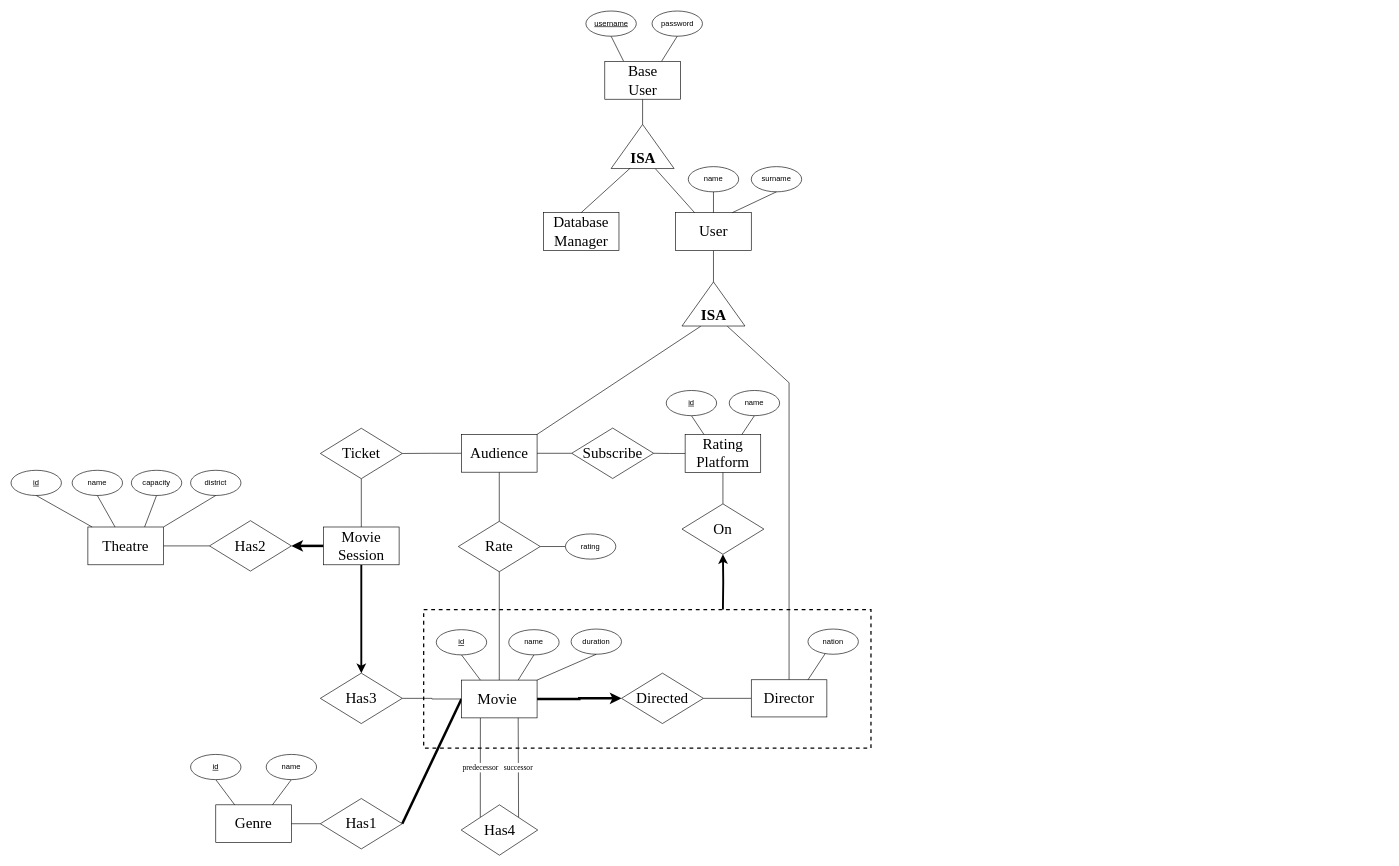
bahadirgezer/cmpe321 keeps this draw.io diagram as er.drawio. Above is the earlier version. Source tidied: cells renumbered, new cells numbered last; positions are measured from the earlier drawing's top-left corner, leaving out a move shared by most shapes. Both pictures are drawn from the tidied source at 63%, with x=0, y=0 at pixel (11, 11).
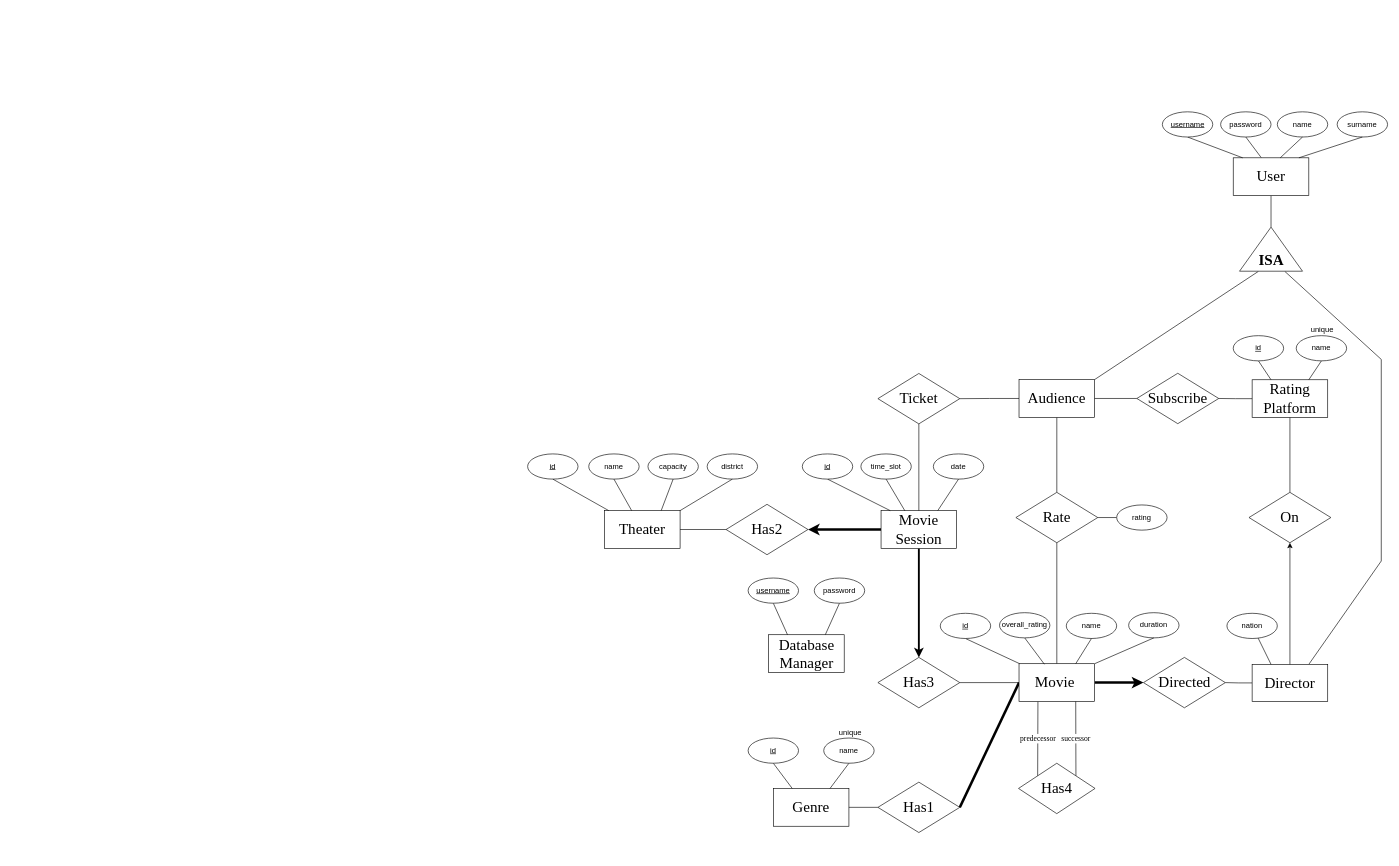
The same page after the edit.

What changed in the source:
```diff
@@
-    <mxCell id="2" style="rounded=0;whiteSpace=wrap;html=1;fillColor=none;dashed=1;strokeWidth=2;" parent="1" vertex="1">
-      <mxGeometry x="655" y="950" width="710" height="220" as="geometry" />
-    </mxCell>
@@
     <mxCell id="4" value="&lt;font style=&quot;font-size: 24px;&quot;&gt;User&lt;/font&gt;" style="rounded=0;whiteSpace=wrap;html=1;fontFamily=Times New Roman;" parent="1" vertex="1">
-      <mxGeometry x="1055" y="320" width="120" height="60" as="geometry" />
+      <mxGeometry x="1940" y="233" width="120" height="60" as="geometry" />
     </mxCell>
-    <mxCell id="5" style="rounded=0;jettySize=auto;html=1;entryX=0.5;entryY=0;entryDx=0;entryDy=0;endArrow=none;endFill=0;exitX=0.719;exitY=1.004;exitDx=0;exitDy=0;exitPerimeter=0;" parent="1" edge="1" source="7" target="12">
+    <mxCell id="5" style="rounded=0;jettySize=auto;html=1;entryX=0.75;entryY=0;entryDx=0;entryDy=0;endArrow=none;endFill=0;exitX=0.719;exitY=1.004;exitDx=0;exitDy=0;exitPerimeter=0;" parent="1" edge="1" source="7" target="12">
       <mxGeometry relative="1" as="geometry">
         <Array as="points">
-          <mxPoint x="1235" y="590" />
+          <mxPoint x="2175" y="553" />
+          <mxPoint x="2175" y="873" />
         </Array>
       </mxGeometry>
     </mxCell>
@@
     <mxCell id="7" value="&lt;font face=&quot;Times New Roman&quot; style=&quot;font-size: 24px;&quot;&gt;&lt;b&gt;ISA&lt;/b&gt;&lt;/font&gt;" style="verticalLabelPosition=middle;verticalAlign=bottom;html=1;shape=mxgraph.basic.acute_triangle;dx=0.5;align=center;horizontal=1;labelPosition=center;" parent="1" vertex="1">
-      <mxGeometry x="1065" y="430" width="100" height="70" as="geometry" />
+      <mxGeometry x="1950" y="343" width="100" height="70" as="geometry" />
     </mxCell>
@@
     <mxCell id="10" value="&lt;font style=&quot;font-size: 24px;&quot;&gt;Audience&lt;/font&gt;" style="rounded=0;whiteSpace=wrap;html=1;fontFamily=Times New Roman;" parent="1" vertex="1">
-      <mxGeometry x="715" y="672" width="120" height="60" as="geometry" />
+      <mxGeometry x="1600" y="585" width="120" height="60" as="geometry" />
     </mxCell>
@@
     <mxCell id="12" value="&lt;font style=&quot;font-size: 24px;&quot;&gt;Director&lt;/font&gt;" style="rounded=0;whiteSpace=wrap;html=1;fontFamily=Times New Roman;" parent="1" vertex="1">
-      <mxGeometry x="1175" y="1061.5" width="120" height="59" as="geometry" />
+      <mxGeometry x="1970" y="1037" width="120" height="59" as="geometry" />
     </mxCell>
-    <mxCell id="13" style="rounded=0;jettySize=auto;html=1;exitX=0.5;exitY=1;exitDx=0;exitDy=0;entryX=0.25;entryY=0;entryDx=0;entryDy=0;endArrow=none;endFill=0;" parent="1" edge="1" source="14" target="72">
-      <mxGeometry relative="1" as="geometry" />
-    </mxCell>
-    <mxCell id="14" value="&lt;u&gt;username&lt;/u&gt;" style="ellipse;whiteSpace=wrap;html=1;" parent="1" vertex="1">
-      <mxGeometry x="912.5" width="80" height="40" as="geometry" />
-    </mxCell>
-    <mxCell id="15" value="password" style="ellipse;whiteSpace=wrap;html=1;" parent="1" vertex="1">
-      <mxGeometry x="1017.5" width="80" height="40" as="geometry" />
-    </mxCell>
     <mxCell id="16" value="name" style="ellipse;whiteSpace=wrap;html=1;" parent="1" vertex="1">
-      <mxGeometry x="1075" y="247" width="80" height="40" as="geometry" />
+      <mxGeometry x="2010" y="160" width="80" height="40" as="geometry" />
     </mxCell>
     <mxCell id="17" value="surname" style="ellipse;whiteSpace=wrap;html=1;" parent="1" vertex="1">
-      <mxGeometry x="1175" y="247" width="80" height="40" as="geometry" />
+      <mxGeometry x="2105" y="160" width="80" height="40" as="geometry" />
     </mxCell>
-    <mxCell id="18" style="rounded=0;jettySize=auto;html=1;exitX=0.5;exitY=1;exitDx=0;exitDy=0;endArrow=none;endFill=0;entryX=0.75;entryY=0;entryDx=0;entryDy=0;" parent="1" edge="1" source="15" target="72">
-      <mxGeometry relative="1" as="geometry" />
-    </mxCell>
-    <mxCell id="19" style="rounded=0;jettySize=auto;html=1;exitX=0.5;exitY=1;exitDx=0;exitDy=0;endArrow=none;endFill=0;" parent="1" edge="1" source="16" target="4">
+    <mxCell id="19" style="rounded=0;jettySize=auto;html=1;exitX=0.5;exitY=1;exitDx=0;exitDy=0;endArrow=none;endFill=0;entryX=0.622;entryY=0;entryDx=0;entryDy=0;entryPerimeter=0;" parent="1" edge="1" source="16" target="4">
       <mxGeometry relative="1" as="geometry" />
     </mxCell>
-    <mxCell id="20" style="rounded=0;jettySize=auto;html=1;exitX=0.5;exitY=1;exitDx=0;exitDy=0;endArrow=none;endFill=0;entryX=0.75;entryY=0;entryDx=0;entryDy=0;" parent="1" edge="1" source="17" target="4">
+    <mxCell id="20" style="rounded=0;jettySize=auto;html=1;exitX=0.5;exitY=1;exitDx=0;exitDy=0;endArrow=none;endFill=0;entryX=0.869;entryY=0;entryDx=0;entryDy=0;entryPerimeter=0;" parent="1" edge="1" source="17" target="4">
       <mxGeometry relative="1" as="geometry" />
     </mxCell>
-    <mxCell id="21" style="rounded=0;jettySize=auto;html=1;entryX=0.75;entryY=0;entryDx=0;entryDy=0;endArrow=none;endFill=0;" parent="1" edge="1" source="22" target="12">
+    <mxCell id="21" style="rounded=0;jettySize=auto;html=1;endArrow=none;endFill=0;entryX=0.25;entryY=0;entryDx=0;entryDy=0;" parent="1" edge="1" source="22" target="12">
       <mxGeometry relative="1" as="geometry" />
     </mxCell>
     <mxCell id="22" value="nation" style="ellipse;whiteSpace=wrap;html=1;" parent="1" vertex="1">
-      <mxGeometry x="1265" y="981" width="80" height="40" as="geometry" />
+      <mxGeometry x="1930" y="956" width="80" height="40" as="geometry" />
     </mxCell>
     <mxCell id="23" value="&lt;font style=&quot;font-size: 24px;&quot; face=&quot;Times New Roman&quot;&gt;Rate&lt;/font&gt;" style="rhombus;whiteSpace=wrap;html=1;" parent="1" vertex="1">
-      <mxGeometry x="710" y="810" width="130" height="80" as="geometry" />
+      <mxGeometry x="1595" y="764" width="130" height="80" as="geometry" />
     </mxCell>
     <mxCell id="24" value="&lt;font style=&quot;font-size: 24px;&quot;&gt;Rating Platform&lt;/font&gt;" style="rounded=0;whiteSpace=wrap;html=1;fontFamily=Times New Roman;" parent="1" vertex="1">
-      <mxGeometry x="1070" y="672.3" width="120" height="60" as="geometry" />
+      <mxGeometry x="1970" y="585.3" width="120" height="60" as="geometry" />
     </mxCell>
@@
     <mxCell id="26" value="&lt;font style=&quot;font-size: 24px;&quot; face=&quot;Times New Roman&quot;&gt;Subscribe&lt;/font&gt;" style="rhombus;whiteSpace=wrap;html=1;" parent="1" vertex="1">
-      <mxGeometry x="890" y="662" width="130" height="80" as="geometry" />
+      <mxGeometry x="1787" y="575" width="130" height="80" as="geometry" />
     </mxCell>
@@
     <mxCell id="29" value="&lt;u&gt;id&lt;/u&gt;" style="ellipse;whiteSpace=wrap;html=1;" parent="1" vertex="1">
-      <mxGeometry x="1040" y="602.3" width="80" height="40" as="geometry" />
+      <mxGeometry x="1940" y="515.3" width="80" height="40" as="geometry" />
     </mxCell>
     <mxCell id="30" value="name" style="ellipse;whiteSpace=wrap;html=1;" parent="1" vertex="1">
-      <mxGeometry x="1140" y="602.3" width="80" height="40" as="geometry" />
+      <mxGeometry x="2040" y="515.3" width="80" height="40" as="geometry" />
     </mxCell>
@@
     <mxCell id="32" value="&lt;font style=&quot;font-size: 24px;&quot;&gt;Genre&lt;/font&gt;" style="rounded=0;whiteSpace=wrap;html=1;fontFamily=Times New Roman;" parent="1" vertex="1">
-      <mxGeometry x="325" y="1260" width="120" height="60" as="geometry" />
+      <mxGeometry x="1210" y="1234" width="120" height="60" as="geometry" />
     </mxCell>
@@
     <mxCell id="34" value="&lt;u&gt;id&lt;/u&gt;" style="ellipse;whiteSpace=wrap;html=1;" parent="1" vertex="1">
-      <mxGeometry x="285" y="1180" width="80" height="40" as="geometry" />
+      <mxGeometry x="1170" y="1154" width="80" height="40" as="geometry" />
     </mxCell>
@@
     <mxCell id="36" value="name" style="ellipse;whiteSpace=wrap;html=1;" parent="1" vertex="1">
-      <mxGeometry x="405" y="1180" width="80" height="40" as="geometry" />
+      <mxGeometry x="1290" y="1154" width="80" height="40" as="geometry" />
     </mxCell>
@@
     <mxCell id="39" value="&lt;font style=&quot;font-size: 24px;&quot; face=&quot;Times New Roman&quot;&gt;Has1&lt;/font&gt;" style="rhombus;whiteSpace=wrap;html=1;" parent="1" vertex="1">
-      <mxGeometry x="491" y="1250" width="130" height="80" as="geometry" />
+      <mxGeometry x="1376" y="1224" width="130" height="80" as="geometry" />
     </mxCell>
@@
     <mxCell id="44" value="&lt;font style=&quot;font-size: 24px;&quot;&gt;Movie&amp;nbsp;&lt;/font&gt;" style="rounded=0;whiteSpace=wrap;html=1;fontFamily=Times New Roman;" parent="1" vertex="1">
-      <mxGeometry x="715" y="1062" width="120" height="60" as="geometry" />
+      <mxGeometry x="1600" y="1036" width="120" height="60" as="geometry" />
     </mxCell>
-    <mxCell id="45" style="rounded=0;jettySize=auto;html=1;exitX=0.5;exitY=1;exitDx=0;exitDy=0;entryX=0.25;entryY=0;entryDx=0;entryDy=0;endArrow=none;endFill=0;" parent="1" edge="1" source="46" target="44">
-      <mxGeometry relative="1" as="geometry" />
+    <mxCell id="45" style="rounded=0;jettySize=auto;html=1;exitX=0.5;exitY=1;exitDx=0;exitDy=0;entryX=0;entryY=0;entryDx=0;entryDy=0;endArrow=none;endFill=0;" parent="1" edge="1" source="46">
+      <mxGeometry relative="1" as="geometry">
+        <mxPoint x="1601" y="1036" as="targetPoint" />
+      </mxGeometry>
     </mxCell>
     <mxCell id="46" value="&lt;u&gt;id&lt;/u&gt;" style="ellipse;whiteSpace=wrap;html=1;" parent="1" vertex="1">
-      <mxGeometry x="675" y="982" width="80" height="40" as="geometry" />
+      <mxGeometry x="1475" y="956" width="80" height="40" as="geometry" />
     </mxCell>
     <mxCell id="47" value="name" style="ellipse;whiteSpace=wrap;html=1;" parent="1" vertex="1">
-      <mxGeometry x="790" y="982" width="80" height="40" as="geometry" />
+      <mxGeometry x="1675" y="956" width="80" height="40" as="geometry" />
     </mxCell>
@@
-    <mxCell id="50" value="&lt;font style=&quot;font-size: 24px;&quot;&gt;Theatre&lt;/font&gt;" style="rounded=0;whiteSpace=wrap;html=1;fontFamily=Times New Roman;" parent="1" vertex="1">
-      <mxGeometry x="122" y="819" width="120" height="60" as="geometry" />
+    <mxCell id="50" value="&lt;font style=&quot;font-size: 24px;&quot;&gt;Theater&lt;br&gt;&lt;/font&gt;" style="rounded=0;whiteSpace=wrap;html=1;fontFamily=Times New Roman;" parent="1" vertex="1">
+      <mxGeometry x="942" y="793" width="120" height="60" as="geometry" />
     </mxCell>
@@
     <mxCell id="52" value="&lt;font style=&quot;font-size: 24px;&quot; face=&quot;Times New Roman&quot;&gt;Has2&lt;/font&gt;" style="rhombus;whiteSpace=wrap;html=1;" parent="1" vertex="1">
-      <mxGeometry x="315" y="809" width="130" height="80" as="geometry" />
+      <mxGeometry x="1135" y="783" width="130" height="80" as="geometry" />
     </mxCell>
     <mxCell id="53" value="&lt;u&gt;id&lt;/u&gt;" style="ellipse;whiteSpace=wrap;html=1;" parent="1" vertex="1">
-      <mxGeometry y="729" width="80" height="40" as="geometry" />
+      <mxGeometry x="820" y="703" width="80" height="40" as="geometry" />
     </mxCell>
     <mxCell id="54" value="name" style="ellipse;whiteSpace=wrap;html=1;" parent="1" vertex="1">
-      <mxGeometry x="97" y="729" width="80" height="40" as="geometry" />
+      <mxGeometry x="917" y="703" width="80" height="40" as="geometry" />
     </mxCell>
     <mxCell id="55" value="capacity" style="ellipse;whiteSpace=wrap;html=1;" parent="1" vertex="1">
-      <mxGeometry x="191" y="729" width="80" height="40" as="geometry" />
+      <mxGeometry x="1011" y="703" width="80" height="40" as="geometry" />
     </mxCell>
@@
     <mxCell id="59" value="district" style="ellipse;whiteSpace=wrap;html=1;" parent="1" vertex="1">
-      <mxGeometry x="285" y="729" width="80" height="40" as="geometry" />
+      <mxGeometry x="1105" y="703" width="80" height="40" as="geometry" />
     </mxCell>
@@
     <mxCell id="61" value="duration" style="ellipse;whiteSpace=wrap;html=1;" parent="1" vertex="1">
-      <mxGeometry x="889" y="981" width="80" height="40" as="geometry" />
+      <mxGeometry x="1774" y="955" width="80" height="40" as="geometry" />
     </mxCell>
@@
-    <mxCell id="64" style="edgeStyle=orthogonalEdgeStyle;rounded=0;jettySize=auto;html=1;exitX=0.5;exitY=0;exitDx=0;exitDy=0;entryX=0.5;entryY=1;entryDx=0;entryDy=0;fontFamily=Helvetica;fontSize=12;fontColor=default;endArrow=none;endFill=0;" parent="1" edge="1" source="65" target="81">
-      <mxGeometry relative="1" as="geometry" />
-    </mxCell>
     <mxCell id="65" value="&lt;font style=&quot;font-size: 24px;&quot;&gt;Movie Session&lt;/font&gt;" style="rounded=0;whiteSpace=wrap;html=1;fontFamily=Times New Roman;" parent="1" vertex="1">
-      <mxGeometry x="496" y="819" width="120" height="60" as="geometry" />
+      <mxGeometry x="1381" y="793" width="120" height="60" as="geometry" />
     </mxCell>
     <mxCell id="66" value="&lt;font style=&quot;font-size: 24px;&quot; face=&quot;Times New Roman&quot;&gt;Directed&lt;/font&gt;" style="rhombus;whiteSpace=wrap;html=1;" parent="1" vertex="1">
-      <mxGeometry x="969" y="1051" width="130" height="80" as="geometry" />
+      <mxGeometry x="1797.5" y="1026" width="130" height="80" as="geometry" />
     </mxCell>
@@
     <mxCell id="68" value="&lt;font style=&quot;font-size: 24px;&quot; face=&quot;Times New Roman&quot;&gt;On&lt;/font&gt;" style="rhombus;whiteSpace=wrap;html=1;" parent="1" vertex="1">
-      <mxGeometry x="1065" y="782.3" width="130" height="80" as="geometry" />
+      <mxGeometry x="1965" y="764" width="130" height="80" as="geometry" />
     </mxCell>
-    <mxCell id="69" style="edgeStyle=orthogonalEdgeStyle;rounded=0;jettySize=auto;html=1;exitX=0.605;exitY=-0.006;exitDx=0;exitDy=0;entryX=0.5;entryY=1;entryDx=0;entryDy=0;exitPerimeter=0;strokeWidth=3;" parent="1" edge="1" target="68">
-      <mxGeometry relative="1" as="geometry">
-        <mxPoint x="1130" y="950" as="sourcePoint" />
-      </mxGeometry>
+    <mxCell id="69" style="edgeStyle=orthogonalEdgeStyle;rounded=0;jettySize=auto;html=1;exitX=0.5;exitY=0;exitDx=0;exitDy=0;entryX=0.5;entryY=1;entryDx=0;entryDy=0;strokeWidth=1;" parent="1" edge="1" source="12" target="68">
+      <mxGeometry relative="1" as="geometry" />
     </mxCell>
     <mxCell id="70" value="&lt;font size=&quot;5&quot; face=&quot;Times New Roman&quot;&gt;Has3&lt;/font&gt;" style="rhombus;whiteSpace=wrap;html=1;" parent="1" vertex="1">
-      <mxGeometry x="491" y="1051" width="130" height="80" as="geometry" />
+      <mxGeometry x="1376" y="1026" width="130" height="80" as="geometry" />
     </mxCell>
-    <mxCell id="71" style="edgeStyle=orthogonalEdgeStyle;rounded=0;jettySize=auto;html=1;exitX=0.5;exitY=1;exitDx=0;exitDy=0;entryX=0;entryY=0;entryDx=50;entryDy=0;entryPerimeter=0;fontFamily=Helvetica;fontSize=12;fontColor=default;endArrow=none;endFill=0;" parent="1" edge="1" source="72" target="74">
-      <mxGeometry relative="1" as="geometry" />
-    </mxCell>
-    <mxCell id="72" value="&lt;font style=&quot;font-size: 24px;&quot;&gt;Base&lt;br&gt;User&lt;br&gt;&lt;/font&gt;" style="rounded=0;whiteSpace=wrap;html=1;fontFamily=Times New Roman;" parent="1" vertex="1">
-      <mxGeometry x="942.5" y="80" width="120" height="60" as="geometry" />
-    </mxCell>
-    <mxCell id="73" style="rounded=0;jettySize=auto;html=1;exitX=0.7;exitY=1;exitDx=0;exitDy=0;exitPerimeter=0;entryX=0.25;entryY=0;entryDx=0;entryDy=0;fontFamily=Helvetica;fontSize=12;fontColor=default;endArrow=none;endFill=0;" parent="1" edge="1" source="74" target="4">
-      <mxGeometry relative="1" as="geometry" />
-    </mxCell>
-    <mxCell id="74" value="&lt;font face=&quot;Times New Roman&quot; style=&quot;font-size: 24px;&quot;&gt;&lt;b&gt;ISA&lt;/b&gt;&lt;/font&gt;" style="verticalLabelPosition=middle;verticalAlign=bottom;html=1;shape=mxgraph.basic.acute_triangle;dx=0.5;align=center;horizontal=1;labelPosition=center;" parent="1" vertex="1">
-      <mxGeometry x="952.5" y="180" width="100" height="70" as="geometry" />
-    </mxCell>
     <mxCell id="75" value="&lt;font style=&quot;font-size: 24px;&quot;&gt;Database&lt;br&gt;Manager&lt;br&gt;&lt;/font&gt;" style="rounded=0;whiteSpace=wrap;html=1;fontFamily=Times New Roman;" parent="1" vertex="1">
-      <mxGeometry x="845" y="320" width="120" height="60" as="geometry" />
+      <mxGeometry x="1202.5" y="990" width="120" height="60" as="geometry" />
     </mxCell>
-    <mxCell id="76" style="rounded=0;jettySize=auto;html=1;exitX=0.302;exitY=0.993;exitDx=0;exitDy=0;exitPerimeter=0;entryX=0.5;entryY=0;entryDx=0;entryDy=0;fontFamily=Helvetica;fontSize=12;fontColor=default;endArrow=none;endFill=0;" parent="1" edge="1" source="74" target="75">
-      <mxGeometry relative="1" as="geometry" />
-    </mxCell>
@@
     <mxCell id="78" value="&lt;font size=&quot;5&quot; face=&quot;Times New Roman&quot;&gt;Has4&lt;/font&gt;" style="rhombus;whiteSpace=wrap;html=1;" parent="1" vertex="1">
-      <mxGeometry x="714.5" y="1260" width="121.5" height="80" as="geometry" />
+      <mxGeometry x="1599.2" y="1194" width="121.5" height="80" as="geometry" />
     </mxCell>
@@
     <mxCell id="80" value="rating" style="ellipse;whiteSpace=wrap;html=1;" parent="1" vertex="1">
-      <mxGeometry x="880" y="830" width="80" height="40" as="geometry" />
+      <mxGeometry x="1755" y="784" width="80" height="40" as="geometry" />
     </mxCell>
+    <mxCell id="82" style="edgeStyle=orthogonalEdgeStyle;rounded=0;jettySize=auto;html=1;exitX=0.5;exitY=1;exitDx=0;exitDy=0;entryX=0.5;entryY=0;entryDx=0;entryDy=0;endArrow=none;endFill=0;" parent="1" edge="1" source="81" target="65">
+      <mxGeometry relative="1" as="geometry" />
+    </mxCell>
     <mxCell id="81" value="&lt;font style=&quot;font-size: 24px;&quot; face=&quot;Times New Roman&quot;&gt;Ticket&lt;/font&gt;" style="rhombus;whiteSpace=wrap;html=1;" parent="1" vertex="1">
-      <mxGeometry x="491" y="662.3" width="130" height="80" as="geometry" />
+      <mxGeometry x="1376" y="575.3" width="130" height="80" as="geometry" />
     </mxCell>
+    <mxCell id="83" style="rounded=0;jettySize=auto;html=1;exitX=0.5;exitY=1;exitDx=0;exitDy=0;entryX=0.125;entryY=0;entryDx=0;entryDy=0;entryPerimeter=0;endArrow=none;endFill=0;" parent="1" edge="1" source="84" target="4">
+      <mxGeometry relative="1" as="geometry" />
+    </mxCell>
+    <mxCell id="84" value="&lt;u&gt;username&lt;/u&gt;" style="ellipse;whiteSpace=wrap;html=1;" parent="1" vertex="1">
+      <mxGeometry x="1827.5" y="160" width="80" height="40" as="geometry" />
+    </mxCell>
+    <mxCell id="85" style="rounded=0;jettySize=auto;html=1;exitX=0.5;exitY=1;exitDx=0;exitDy=0;entryX=0.369;entryY=-0.009;entryDx=0;entryDy=0;entryPerimeter=0;endArrow=none;endFill=0;" parent="1" edge="1" source="86" target="4">
+      <mxGeometry relative="1" as="geometry" />
+    </mxCell>
+    <mxCell id="86" value="password" style="ellipse;whiteSpace=wrap;html=1;" parent="1" vertex="1">
+      <mxGeometry x="1920" y="160" width="80" height="40" as="geometry" />
+    </mxCell>
+    <mxCell id="87" style="rounded=0;jettySize=auto;html=1;exitX=0.5;exitY=1;exitDx=0;exitDy=0;entryX=0.25;entryY=0;entryDx=0;entryDy=0;endArrow=none;endFill=0;" parent="1" edge="1" source="88" target="75">
+      <mxGeometry relative="1" as="geometry" />
+    </mxCell>
+    <mxCell id="88" value="&lt;u&gt;username&lt;/u&gt;" style="ellipse;whiteSpace=wrap;html=1;" parent="1" vertex="1">
+      <mxGeometry x="1170" y="900" width="80" height="40" as="geometry" />
+    </mxCell>
+    <mxCell id="89" style="rounded=0;jettySize=auto;html=1;exitX=0.5;exitY=1;exitDx=0;exitDy=0;entryX=0.75;entryY=0;entryDx=0;entryDy=0;endArrow=none;endFill=0;" parent="1" edge="1" source="90" target="75">
+      <mxGeometry relative="1" as="geometry" />
+    </mxCell>
+    <mxCell id="90" value="password" style="ellipse;whiteSpace=wrap;html=1;" parent="1" vertex="1">
+      <mxGeometry x="1275" y="900" width="80" height="40" as="geometry" />
+    </mxCell>
+    <mxCell id="91" style="rounded=0;jettySize=auto;html=1;exitX=0.5;exitY=1;exitDx=0;exitDy=0;entryX=0.336;entryY=0.015;entryDx=0;entryDy=0;entryPerimeter=0;endArrow=none;endFill=0;" parent="1" edge="1" source="92" target="44">
+      <mxGeometry relative="1" as="geometry" />
+    </mxCell>
+    <mxCell id="92" value="overall_rating" style="ellipse;whiteSpace=wrap;html=1;" parent="1" vertex="1">
+      <mxGeometry x="1569" y="955" width="80" height="40" as="geometry" />
+    </mxCell>
+    <mxCell id="93" style="rounded=0;jettySize=auto;html=1;exitX=0.5;exitY=1;exitDx=0;exitDy=0;entryX=0.122;entryY=0.001;entryDx=0;entryDy=0;entryPerimeter=0;endArrow=none;endFill=0;" parent="1" edge="1" source="94" target="65">
+      <mxGeometry relative="1" as="geometry" />
+    </mxCell>
+    <mxCell id="94" value="&lt;u&gt;id&lt;/u&gt;" style="ellipse;whiteSpace=wrap;html=1;" parent="1" vertex="1">
+      <mxGeometry x="1256" y="703" width="80" height="40" as="geometry" />
+    </mxCell>
+    <mxCell id="95" style="rounded=0;jettySize=auto;html=1;exitX=0.316;exitY=0.007;exitDx=0;exitDy=0;entryX=0.5;entryY=1;entryDx=0;entryDy=0;fontFamily=Helvetica;fontSize=12;fontColor=default;endArrow=none;endFill=0;exitPerimeter=0;" parent="1" edge="1" source="65" target="96">
+      <mxGeometry relative="1" as="geometry" />
+    </mxCell>
+    <mxCell id="96" value="time_slot" style="ellipse;whiteSpace=wrap;html=1;" parent="1" vertex="1">
+      <mxGeometry x="1349" y="703" width="80" height="40" as="geometry" />
+    </mxCell>
+    <mxCell id="97" style="rounded=0;jettySize=auto;html=1;exitX=0.5;exitY=1;exitDx=0;exitDy=0;entryX=0.75;entryY=0;entryDx=0;entryDy=0;endArrow=none;endFill=0;" parent="1" edge="1" source="98" target="65">
+      <mxGeometry relative="1" as="geometry" />
+    </mxCell>
+    <mxCell id="98" value="date" style="ellipse;whiteSpace=wrap;html=1;" parent="1" vertex="1">
+      <mxGeometry x="1464" y="703" width="80" height="40" as="geometry" />
+    </mxCell>
+    <mxCell id="99" value="unique" style="text;html=1;align=center;verticalAlign=middle;strokeColor=none;fillColor=none;" parent="1" vertex="1">
+      <mxGeometry x="2051" y="491" width="60" height="30" as="geometry" />
+    </mxCell>
+    <mxCell id="100" value="unique" style="text;html=1;align=center;verticalAlign=middle;strokeColor=none;fillColor=none;" parent="1" vertex="1">
+      <mxGeometry x="1302" y="1130" width="60" height="30" as="geometry" />
+    </mxCell>
```
